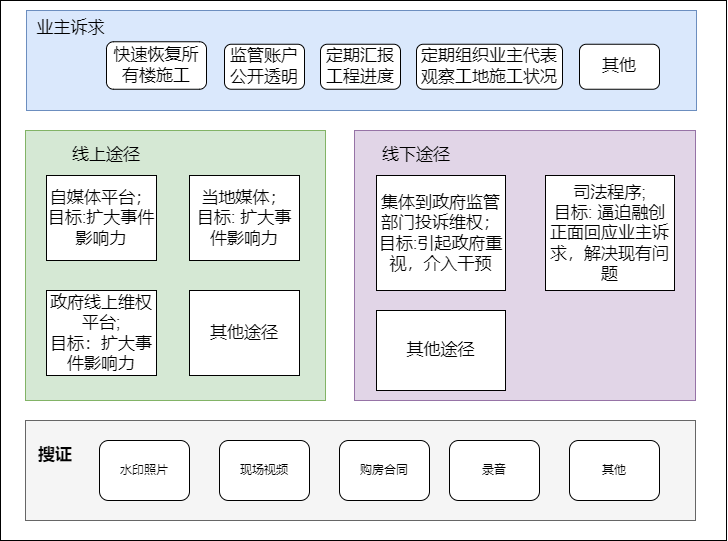
Before: rcyhcyDK6-safeguardRights.png, a diagram exported from draw.io (GitHeP/diagrams). Source tidied: cells renumbered, new cells last; positions are measured from the earlier drawing's top-left corner, leaving out a move shared by most shapes.
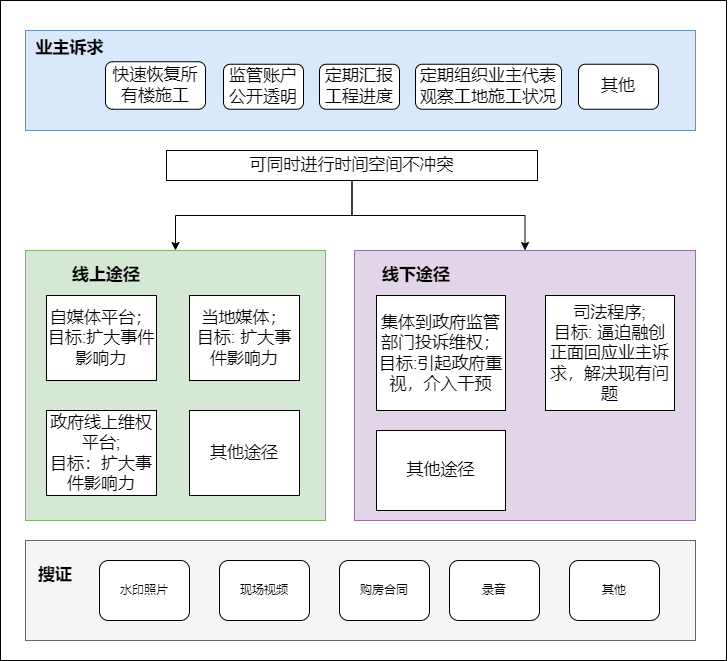
The same file after the commit.

What changed in the source:
```diff
@@ -3,7 +3,7 @@
     <mxCell id="0" />
     <mxCell id="1" parent="0" />
     <mxCell id="2" style="rounded=0;whiteSpace=wrap;html=1;" parent="1" vertex="1">
-      <mxGeometry width="726" height="540" as="geometry" />
+      <mxGeometry y="-120" width="726" height="660" as="geometry" />
     </mxCell>
     <mxCell id="3" style="rounded=0;whiteSpace=wrap;html=1;fillColor=#f5f5f5;fontColor=#333333;strokeColor=#666666;" parent="1" vertex="1">
       <mxGeometry x="25" y="420" width="670" height="100" as="geometry" />
@@ -41,7 +41,7 @@
     <mxCell id="14" value="其他途径" style="rounded=0;whiteSpace=wrap;html=1;fontSize=17;" parent="1" vertex="1">
       <mxGeometry x="189" y="290" width="110" height="85" as="geometry" />
     </mxCell>
-    <mxCell id="15" value="线上途径" style="text;html=1;strokeColor=none;fillColor=none;align=center;verticalAlign=middle;whiteSpace=wrap;rounded=0;fontSize=17;" parent="1" vertex="1">
+    <mxCell id="15" value="&lt;b&gt;线上途径&lt;/b&gt;" style="text;html=1;strokeColor=none;fillColor=none;align=center;verticalAlign=middle;whiteSpace=wrap;rounded=0;fontSize=17;" parent="1" vertex="1">
       <mxGeometry x="66" y="140" width="80" height="30" as="geometry" />
     </mxCell>
     <mxCell id="16" style="rounded=0;whiteSpace=wrap;html=1;fontSize=17;fillColor=#e1d5e7;strokeColor=#9673a6;" parent="1" vertex="1">
@@ -50,7 +50,7 @@
     <mxCell id="17" value="集体到政府监管部门投诉维权；&lt;br&gt;目标:引起政府重视，介入干预" style="rounded=0;whiteSpace=wrap;html=1;fontSize=17;align=center;" parent="1" vertex="1">
       <mxGeometry x="376" y="175" width="129" height="115" as="geometry" />
     </mxCell>
-    <mxCell id="18" value="线下途径" style="text;html=1;strokeColor=none;fillColor=none;align=center;verticalAlign=middle;whiteSpace=wrap;rounded=0;fontSize=17;" parent="1" vertex="1">
+    <mxCell id="18" value="&lt;b&gt;线下途径&lt;/b&gt;" style="text;html=1;strokeColor=none;fillColor=none;align=center;verticalAlign=middle;whiteSpace=wrap;rounded=0;fontSize=17;" parent="1" vertex="1">
       <mxGeometry x="376" y="140" width="80" height="30" as="geometry" />
     </mxCell>
     <mxCell id="19" value="&lt;div style=&quot;&quot;&gt;&lt;span style=&quot;background-color: initial;&quot;&gt;司法程序;&lt;/span&gt;&lt;/div&gt;&lt;div style=&quot;&quot;&gt;目标: 逼迫融创正面回应业主诉求，解决现有问题&lt;/div&gt;" style="rounded=0;whiteSpace=wrap;html=1;fontSize=17;align=center;" parent="1" vertex="1">
@@ -60,25 +60,34 @@
       <mxGeometry x="376" y="310" width="129" height="80" as="geometry" />
     </mxCell>
     <mxCell id="21" style="rounded=0;whiteSpace=wrap;html=1;fontSize=17;fillColor=#dae8fc;strokeColor=#6c8ebf;" parent="1" vertex="1">
-      <mxGeometry x="26" y="10" width="670" height="100" as="geometry" />
+      <mxGeometry x="25" y="-90" width="670" height="100" as="geometry" />
     </mxCell>
     <mxCell id="22" value="监管账户公开透明" style="rounded=1;whiteSpace=wrap;html=1;fontSize=17;" parent="1" vertex="1">
-      <mxGeometry x="224" y="43.8" width="80" height="45" as="geometry" />
+      <mxGeometry x="223" y="-56.2" width="80" height="45" as="geometry" />
     </mxCell>
     <mxCell id="23" value="快速恢复所有楼施工" style="rounded=1;whiteSpace=wrap;html=1;fontSize=17;" parent="1" vertex="1">
-      <mxGeometry x="106" y="41.2" width="100" height="47.5" as="geometry" />
+      <mxGeometry x="105" y="-58.8" width="100" height="47.5" as="geometry" />
     </mxCell>
     <mxCell id="24" value="定期汇报工程进度" style="rounded=1;whiteSpace=wrap;html=1;fontSize=17;" parent="1" vertex="1">
-      <mxGeometry x="320" y="43.8" width="80" height="45" as="geometry" />
+      <mxGeometry x="319" y="-56.2" width="80" height="45" as="geometry" />
     </mxCell>
     <mxCell id="25" value="定期组织业主代表观察工地施工状况" style="rounded=1;whiteSpace=wrap;html=1;fontSize=17;" parent="1" vertex="1">
-      <mxGeometry x="416" y="43.8" width="146" height="45" as="geometry" />
+      <mxGeometry x="415" y="-56.2" width="146" height="45" as="geometry" />
     </mxCell>
-    <mxCell id="26" value="业主诉求" style="text;html=1;strokeColor=none;fillColor=none;align=center;verticalAlign=middle;whiteSpace=wrap;rounded=0;fontSize=17;" parent="1" vertex="1">
-      <mxGeometry x="35" y="12.5" width="71" height="30" as="geometry" />
+    <mxCell id="26" value="&lt;b&gt;业主诉求&lt;/b&gt;" style="text;html=1;strokeColor=none;fillColor=none;align=center;verticalAlign=middle;whiteSpace=wrap;rounded=0;fontSize=17;" parent="1" vertex="1">
+      <mxGeometry x="34" y="-87.5" width="71" height="30" as="geometry" />
     </mxCell>
     <mxCell id="27" value="其他" style="rounded=1;whiteSpace=wrap;html=1;fontSize=17;" parent="1" vertex="1">
-      <mxGeometry x="579" y="43.8" width="80" height="45" as="geometry" />
+      <mxGeometry x="578" y="-56.2" width="80" height="45" as="geometry" />
     </mxCell>
+    <mxCell id="28" style="edgeStyle=orthogonalEdgeStyle;rounded=0;jettySize=auto;html=1;exitX=0.5;exitY=1;exitDx=0;exitDy=0;fontSize=17;" parent="1" edge="1" source="30" target="10">
+      <mxGeometry relative="1" as="geometry" />
+    </mxCell>
+    <mxCell id="29" style="edgeStyle=orthogonalEdgeStyle;rounded=0;jettySize=auto;html=1;exitX=0.5;exitY=1;exitDx=0;exitDy=0;fontSize=17;" parent="1" edge="1" source="30" target="16">
+      <mxGeometry relative="1" as="geometry" />
+    </mxCell>
+    <mxCell id="30" value="可同时进行时间空间不冲突" style="rounded=0;whiteSpace=wrap;html=1;fontSize=17;" parent="1" vertex="1">
+      <mxGeometry x="166" y="30" width="371" height="30" as="geometry" />
+    </mxCell>
   </root>
 </mxGraphModel>
```
